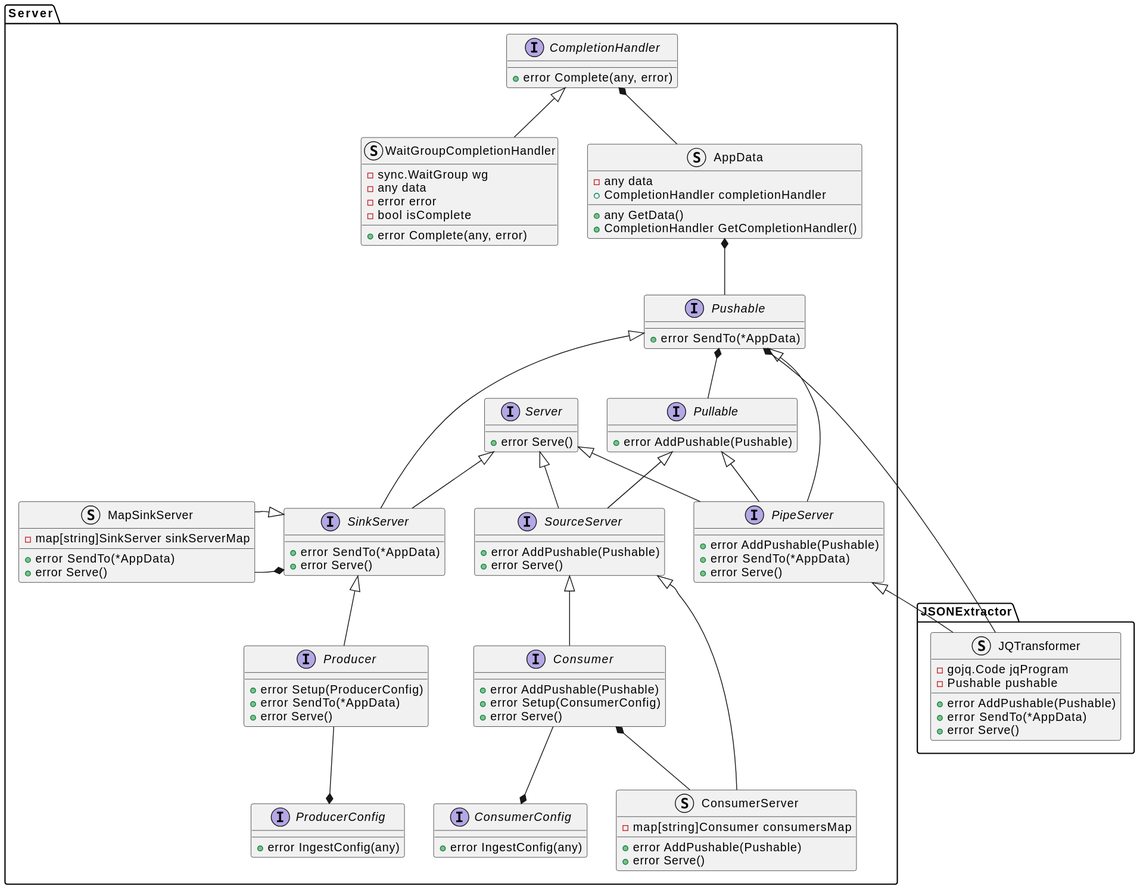
Earlier version of the PlantUML export docs/design_notes/DN1_JSON_Extractor/class_diagram.svg (xtuml/otel2pv).
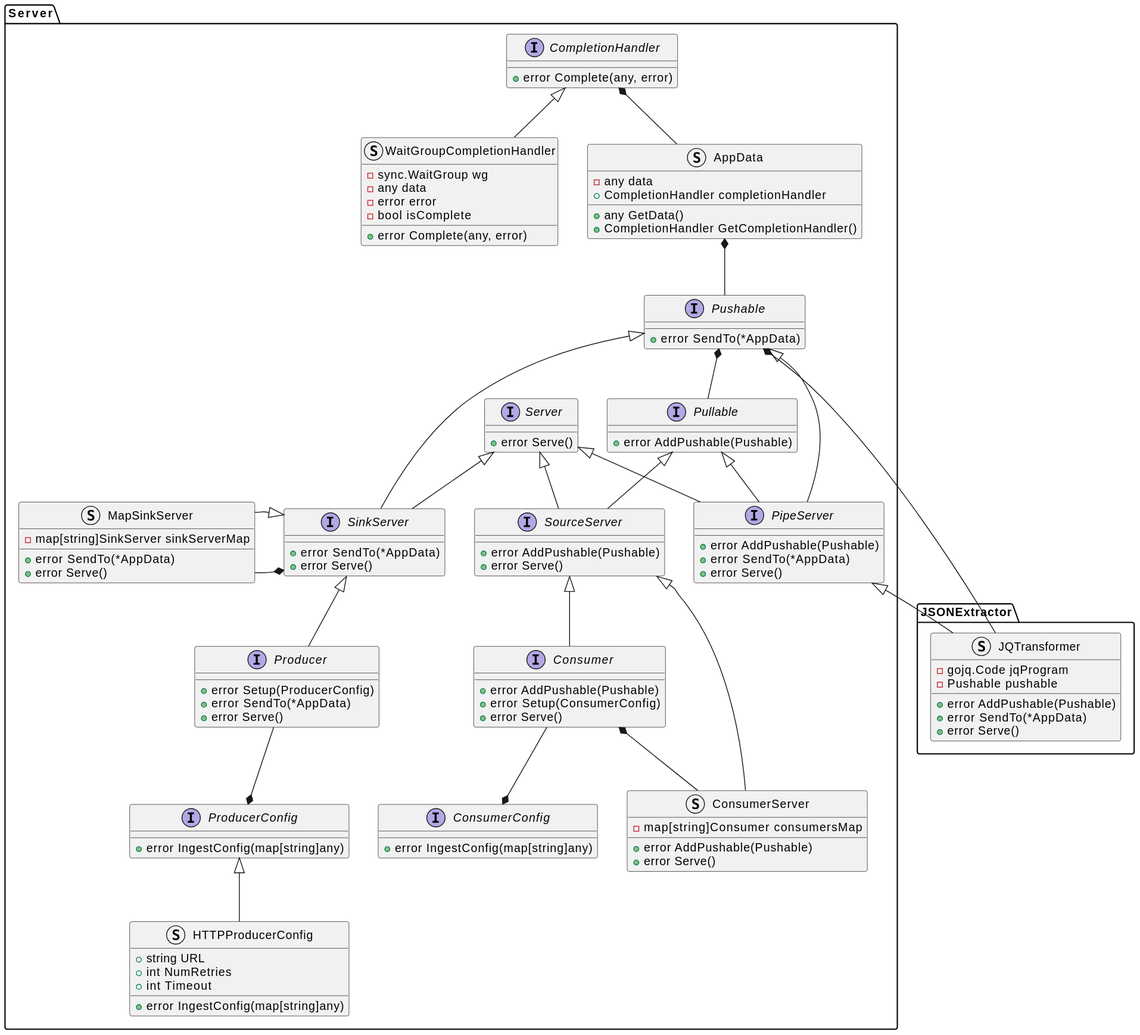
Above is the later version.

Diff of the diagram source:
```diff
@@ -68,10 +68,17 @@
         +error Serve()
     }
     interface ProducerConfig {
-        +error IngestConfig(any)
+        +error IngestConfig(map[string]any)
     }
+    struct HTTPProducerConfig {
+        +string URL
+        +int NumRetries
+        +int Timeout
+        +error IngestConfig(map[string]any)
+    }
+
     interface ConsumerConfig {
-        +error IngestConfig(any)
+        +error IngestConfig(map[string]any)
     }
 }
 Server.CompletionHandler <|-- Server.WaitGroupCompletionHandler
@@ -99,4 +106,5 @@
 
 Server.ConsumerConfig *-up- Server.Consumer
 Server.ProducerConfig *-up- Server.Producer
+Server.ProducerConfig <|-- Server.HTTPProducerConfig
 @enduml
```
